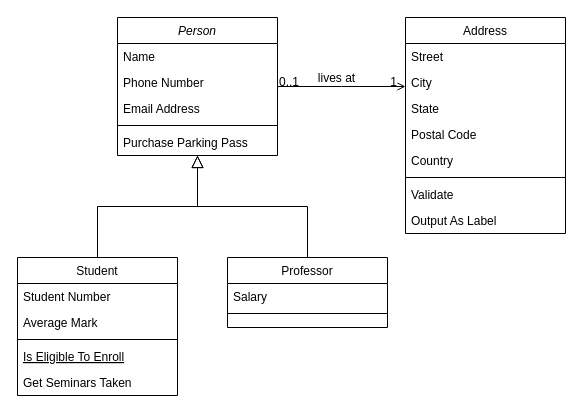
Earlier version of the draw.io diagram 未命名绘图.drawio (cugoracle/Bramble). Source tidied: cells renumbered, new cells numbered last; positions are measured from the earlier drawing's top-left corner, leaving out a move shared by most shapes. Both pictures are drawn from the tidied source at 100%, with x=0, y=0 at pixel (17, 17).
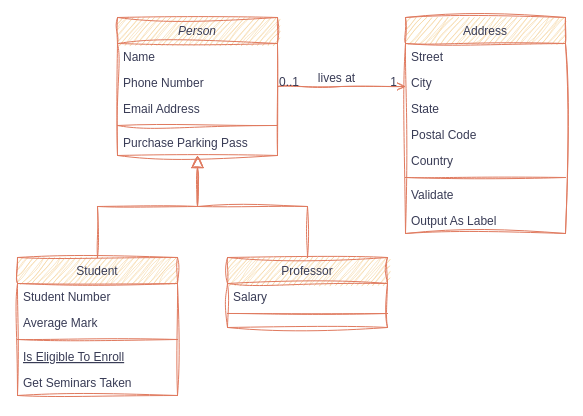
The same diagram, later.

Commit message:
更新未命名绘图.drawio

Diff of the diagram source:
```diff
@@
-    <mxCell id="2" value="Person" style="swimlane;fontStyle=2;align=center;verticalAlign=top;horizontal=1;startSize=26;rounded=0;shadow=0;strokeWidth=1;" parent="1" vertex="1">
+    <mxCell id="2" value="Person" style="swimlane;fontStyle=2;align=center;verticalAlign=top;horizontal=1;startSize=26;rounded=0;shadow=0;strokeWidth=1;sketch=1;curveFitting=1;jiggle=2;labelBackgroundColor=none;fillColor=#F2CC8F;strokeColor=#E07A5F;fontColor=#393C56;" parent="1" vertex="1">
       <mxGeometry x="100" width="160" height="138" as="geometry" />
     </mxCell>
-    <mxCell id="3" value="Name" style="text;align=left;verticalAlign=top;spacingLeft=4;spacingRight=4;overflow=hidden;" parent="2" vertex="1">
+    <mxCell id="3" value="Name" style="text;align=left;verticalAlign=top;spacingLeft=4;spacingRight=4;overflow=hidden;sketch=1;curveFitting=1;jiggle=2;labelBackgroundColor=none;fontColor=#393C56;" parent="2" vertex="1">
       <mxGeometry y="26" width="160" height="26" as="geometry" />
     </mxCell>
-    <mxCell id="4" value="Phone Number" style="text;align=left;verticalAlign=top;spacingLeft=4;spacingRight=4;overflow=hidden;rounded=0;shadow=0;html=0;" parent="2" vertex="1">
+    <mxCell id="4" value="Phone Number" style="text;align=left;verticalAlign=top;spacingLeft=4;spacingRight=4;overflow=hidden;rounded=0;shadow=0;html=0;sketch=1;curveFitting=1;jiggle=2;labelBackgroundColor=none;fontColor=#393C56;" parent="2" vertex="1">
       <mxGeometry y="52" width="160" height="26" as="geometry" />
     </mxCell>
-    <mxCell id="5" value="Email Address" style="text;align=left;verticalAlign=top;spacingLeft=4;spacingRight=4;overflow=hidden;rounded=0;shadow=0;html=0;" parent="2" vertex="1">
+    <mxCell id="5" value="Email Address" style="text;align=left;verticalAlign=top;spacingLeft=4;spacingRight=4;overflow=hidden;rounded=0;shadow=0;html=0;sketch=1;curveFitting=1;jiggle=2;labelBackgroundColor=none;fontColor=#393C56;" parent="2" vertex="1">
       <mxGeometry y="78" width="160" height="26" as="geometry" />
     </mxCell>
-    <mxCell id="6" style="line;html=1;strokeWidth=1;align=left;verticalAlign=middle;spacingTop=-1;spacingLeft=3;spacingRight=3;labelPosition=right;" parent="2" vertex="1">
+    <mxCell id="6" style="line;html=1;strokeWidth=1;align=left;verticalAlign=middle;spacingTop=-1;spacingLeft=3;spacingRight=3;labelPosition=right;sketch=1;curveFitting=1;jiggle=2;labelBackgroundColor=none;fillColor=#F2CC8F;strokeColor=#E07A5F;fontColor=#393C56;" parent="2" vertex="1">
       <mxGeometry y="104" width="160" height="8" as="geometry" />
     </mxCell>
-    <mxCell id="7" value="Purchase Parking Pass" style="text;align=left;verticalAlign=top;spacingLeft=4;spacingRight=4;overflow=hidden;" parent="2" vertex="1">
+    <mxCell id="7" value="Purchase Parking Pass" style="text;align=left;verticalAlign=top;spacingLeft=4;spacingRight=4;overflow=hidden;sketch=1;curveFitting=1;jiggle=2;labelBackgroundColor=none;fontColor=#393C56;" parent="2" vertex="1">
       <mxGeometry y="112" width="160" height="26" as="geometry" />
     </mxCell>
-    <mxCell id="8" value="Student" style="swimlane;fontStyle=0;align=center;verticalAlign=top;horizontal=1;startSize=26;rounded=0;shadow=0;strokeWidth=1;" parent="1" vertex="1">
+    <mxCell id="8" value="Student" style="swimlane;fontStyle=0;align=center;verticalAlign=top;horizontal=1;startSize=26;rounded=0;shadow=0;strokeWidth=1;sketch=1;curveFitting=1;jiggle=2;labelBackgroundColor=none;fillColor=#F2CC8F;strokeColor=#E07A5F;fontColor=#393C56;" parent="1" vertex="1">
       <mxGeometry y="240" width="160" height="138" as="geometry" />
     </mxCell>
-    <mxCell id="9" value="Student Number" style="text;align=left;verticalAlign=top;spacingLeft=4;spacingRight=4;overflow=hidden;" parent="8" vertex="1">
+    <mxCell id="9" value="Student Number" style="text;align=left;verticalAlign=top;spacingLeft=4;spacingRight=4;overflow=hidden;sketch=1;curveFitting=1;jiggle=2;labelBackgroundColor=none;fontColor=#393C56;" parent="8" vertex="1">
       <mxGeometry y="26" width="160" height="26" as="geometry" />
     </mxCell>
-    <mxCell id="10" value="Average Mark" style="text;align=left;verticalAlign=top;spacingLeft=4;spacingRight=4;overflow=hidden;rounded=0;shadow=0;html=0;" parent="8" vertex="1">
+    <mxCell id="10" value="Average Mark" style="text;align=left;verticalAlign=top;spacingLeft=4;spacingRight=4;overflow=hidden;rounded=0;shadow=0;html=0;sketch=1;curveFitting=1;jiggle=2;labelBackgroundColor=none;fontColor=#393C56;" parent="8" vertex="1">
       <mxGeometry y="52" width="160" height="26" as="geometry" />
     </mxCell>
-    <mxCell id="11" style="line;html=1;strokeWidth=1;align=left;verticalAlign=middle;spacingTop=-1;spacingLeft=3;spacingRight=3;labelPosition=right;" parent="8" vertex="1">
+    <mxCell id="11" style="line;html=1;strokeWidth=1;align=left;verticalAlign=middle;spacingTop=-1;spacingLeft=3;spacingRight=3;labelPosition=right;sketch=1;curveFitting=1;jiggle=2;labelBackgroundColor=none;fillColor=#F2CC8F;strokeColor=#E07A5F;fontColor=#393C56;" parent="8" vertex="1">
       <mxGeometry y="78" width="160" height="8" as="geometry" />
     </mxCell>
-    <mxCell id="12" value="Is Eligible To Enroll" style="text;align=left;verticalAlign=top;spacingLeft=4;spacingRight=4;overflow=hidden;fontStyle=4;" parent="8" vertex="1">
+    <mxCell id="12" value="Is Eligible To Enroll" style="text;align=left;verticalAlign=top;spacingLeft=4;spacingRight=4;overflow=hidden;fontStyle=4;sketch=1;curveFitting=1;jiggle=2;labelBackgroundColor=none;fontColor=#393C56;" parent="8" vertex="1">
       <mxGeometry y="86" width="160" height="26" as="geometry" />
     </mxCell>
-    <mxCell id="13" value="Get Seminars Taken" style="text;align=left;verticalAlign=top;spacingLeft=4;spacingRight=4;overflow=hidden;" parent="8" vertex="1">
+    <mxCell id="13" value="Get Seminars Taken" style="text;align=left;verticalAlign=top;spacingLeft=4;spacingRight=4;overflow=hidden;sketch=1;curveFitting=1;jiggle=2;labelBackgroundColor=none;fontColor=#393C56;" parent="8" vertex="1">
       <mxGeometry y="112" width="160" height="26" as="geometry" />
     </mxCell>
-    <mxCell id="14" style="endArrow=block;endSize=10;endFill=0;shadow=0;strokeWidth=1;rounded=0;edgeStyle=elbowEdgeStyle;elbow=vertical;" parent="1" edge="1" source="8" target="2">
+    <mxCell id="14" style="endArrow=block;endSize=10;endFill=0;shadow=0;strokeWidth=1;rounded=0;edgeStyle=elbowEdgeStyle;elbow=vertical;sketch=1;curveFitting=1;jiggle=2;labelBackgroundColor=none;fontColor=default;strokeColor=#E07A5F;" parent="1" edge="1" source="8" target="2">
       <mxGeometry relative="1" as="geometry" />
     </mxCell>
-    <mxCell id="15" value="Professor" style="swimlane;fontStyle=0;align=center;verticalAlign=top;horizontal=1;startSize=26;rounded=0;shadow=0;strokeWidth=1;" parent="1" vertex="1">
+    <mxCell id="15" value="Professor" style="swimlane;fontStyle=0;align=center;verticalAlign=top;horizontal=1;startSize=26;rounded=0;shadow=0;strokeWidth=1;sketch=1;curveFitting=1;jiggle=2;labelBackgroundColor=none;fillColor=#F2CC8F;strokeColor=#E07A5F;fontColor=#393C56;" parent="1" vertex="1">
       <mxGeometry x="210" y="240" width="160" height="70" as="geometry" />
     </mxCell>
-    <mxCell id="16" value="Salary" style="text;align=left;verticalAlign=top;spacingLeft=4;spacingRight=4;overflow=hidden;" parent="15" vertex="1">
+    <mxCell id="16" value="Salary" style="text;align=left;verticalAlign=top;spacingLeft=4;spacingRight=4;overflow=hidden;sketch=1;curveFitting=1;jiggle=2;labelBackgroundColor=none;fontColor=#393C56;" parent="15" vertex="1">
       <mxGeometry y="26" width="160" height="26" as="geometry" />
     </mxCell>
-    <mxCell id="17" style="line;html=1;strokeWidth=1;align=left;verticalAlign=middle;spacingTop=-1;spacingLeft=3;spacingRight=3;labelPosition=right;" parent="15" vertex="1">
+    <mxCell id="17" style="line;html=1;strokeWidth=1;align=left;verticalAlign=middle;spacingTop=-1;spacingLeft=3;spacingRight=3;labelPosition=right;sketch=1;curveFitting=1;jiggle=2;labelBackgroundColor=none;fillColor=#F2CC8F;strokeColor=#E07A5F;fontColor=#393C56;" parent="15" vertex="1">
       <mxGeometry y="52" width="160" height="8" as="geometry" />
     </mxCell>
-    <mxCell id="18" style="endArrow=block;endSize=10;endFill=0;shadow=0;strokeWidth=1;rounded=0;edgeStyle=elbowEdgeStyle;elbow=vertical;" parent="1" edge="1" source="15" target="2">
+    <mxCell id="18" style="endArrow=block;endSize=10;endFill=0;shadow=0;strokeWidth=1;rounded=0;edgeStyle=elbowEdgeStyle;elbow=vertical;sketch=1;curveFitting=1;jiggle=2;labelBackgroundColor=none;fontColor=default;strokeColor=#E07A5F;" parent="1" edge="1" source="15" target="2">
       <mxGeometry relative="1" as="geometry" />
     </mxCell>
-    <mxCell id="19" value="Address" style="swimlane;fontStyle=0;align=center;verticalAlign=top;horizontal=1;startSize=26;rounded=0;shadow=0;strokeWidth=1;" parent="1" vertex="1">
+    <mxCell id="19" value="Address" style="swimlane;fontStyle=0;align=center;verticalAlign=top;horizontal=1;startSize=26;rounded=0;shadow=0;strokeWidth=1;sketch=1;curveFitting=1;jiggle=2;labelBackgroundColor=none;fillColor=#F2CC8F;strokeColor=#E07A5F;fontColor=#393C56;" parent="1" vertex="1">
       <mxGeometry x="388" width="160" height="216" as="geometry" />
     </mxCell>
-    <mxCell id="20" value="Street" style="text;align=left;verticalAlign=top;spacingLeft=4;spacingRight=4;overflow=hidden;" parent="19" vertex="1">
+    <mxCell id="20" value="Street" style="text;align=left;verticalAlign=top;spacingLeft=4;spacingRight=4;overflow=hidden;sketch=1;curveFitting=1;jiggle=2;labelBackgroundColor=none;fontColor=#393C56;" parent="19" vertex="1">
       <mxGeometry y="26" width="160" height="26" as="geometry" />
     </mxCell>
-    <mxCell id="21" value="City" style="text;align=left;verticalAlign=top;spacingLeft=4;spacingRight=4;overflow=hidden;rounded=0;shadow=0;html=0;" parent="19" vertex="1">
+    <mxCell id="21" value="City" style="text;align=left;verticalAlign=top;spacingLeft=4;spacingRight=4;overflow=hidden;rounded=0;shadow=0;html=0;sketch=1;curveFitting=1;jiggle=2;labelBackgroundColor=none;fontColor=#393C56;" parent="19" vertex="1">
       <mxGeometry y="52" width="160" height="26" as="geometry" />
     </mxCell>
-    <mxCell id="22" value="State" style="text;align=left;verticalAlign=top;spacingLeft=4;spacingRight=4;overflow=hidden;rounded=0;shadow=0;html=0;" parent="19" vertex="1">
+    <mxCell id="22" value="State" style="text;align=left;verticalAlign=top;spacingLeft=4;spacingRight=4;overflow=hidden;rounded=0;shadow=0;html=0;sketch=1;curveFitting=1;jiggle=2;labelBackgroundColor=none;fontColor=#393C56;" parent="19" vertex="1">
       <mxGeometry y="78" width="160" height="26" as="geometry" />
     </mxCell>
-    <mxCell id="23" value="Postal Code" style="text;align=left;verticalAlign=top;spacingLeft=4;spacingRight=4;overflow=hidden;rounded=0;shadow=0;html=0;" parent="19" vertex="1">
+    <mxCell id="23" value="Postal Code" style="text;align=left;verticalAlign=top;spacingLeft=4;spacingRight=4;overflow=hidden;rounded=0;shadow=0;html=0;sketch=1;curveFitting=1;jiggle=2;labelBackgroundColor=none;fontColor=#393C56;" parent="19" vertex="1">
       <mxGeometry y="104" width="160" height="26" as="geometry" />
     </mxCell>
-    <mxCell id="24" value="Country" style="text;align=left;verticalAlign=top;spacingLeft=4;spacingRight=4;overflow=hidden;rounded=0;shadow=0;html=0;" parent="19" vertex="1">
+    <mxCell id="24" value="Country" style="text;align=left;verticalAlign=top;spacingLeft=4;spacingRight=4;overflow=hidden;rounded=0;shadow=0;html=0;sketch=1;curveFitting=1;jiggle=2;labelBackgroundColor=none;fontColor=#393C56;" parent="19" vertex="1">
       <mxGeometry y="130" width="160" height="26" as="geometry" />
     </mxCell>
-    <mxCell id="25" style="line;html=1;strokeWidth=1;align=left;verticalAlign=middle;spacingTop=-1;spacingLeft=3;spacingRight=3;labelPosition=right;" parent="19" vertex="1">
+    <mxCell id="25" style="line;html=1;strokeWidth=1;align=left;verticalAlign=middle;spacingTop=-1;spacingLeft=3;spacingRight=3;labelPosition=right;sketch=1;curveFitting=1;jiggle=2;labelBackgroundColor=none;fillColor=#F2CC8F;strokeColor=#E07A5F;fontColor=#393C56;" parent="19" vertex="1">
       <mxGeometry y="156" width="160" height="8" as="geometry" />
     </mxCell>
-    <mxCell id="26" value="Validate" style="text;align=left;verticalAlign=top;spacingLeft=4;spacingRight=4;overflow=hidden;" parent="19" vertex="1">
+    <mxCell id="26" value="Validate" style="text;align=left;verticalAlign=top;spacingLeft=4;spacingRight=4;overflow=hidden;sketch=1;curveFitting=1;jiggle=2;labelBackgroundColor=none;fontColor=#393C56;" parent="19" vertex="1">
       <mxGeometry y="164" width="160" height="26" as="geometry" />
     </mxCell>
-    <mxCell id="27" value="Output As Label" style="text;align=left;verticalAlign=top;spacingLeft=4;spacingRight=4;overflow=hidden;" parent="19" vertex="1">
+    <mxCell id="27" value="Output As Label" style="text;align=left;verticalAlign=top;spacingLeft=4;spacingRight=4;overflow=hidden;sketch=1;curveFitting=1;jiggle=2;labelBackgroundColor=none;fontColor=#393C56;" parent="19" vertex="1">
       <mxGeometry y="190" width="160" height="26" as="geometry" />
     </mxCell>
-    <mxCell id="28" style="endArrow=open;shadow=0;strokeWidth=1;rounded=0;endFill=1;edgeStyle=elbowEdgeStyle;elbow=vertical;" parent="1" edge="1" source="2" target="19">
+    <mxCell id="28" style="endArrow=open;shadow=0;strokeWidth=1;rounded=0;endFill=1;edgeStyle=elbowEdgeStyle;elbow=vertical;sketch=1;curveFitting=1;jiggle=2;labelBackgroundColor=none;fontColor=default;strokeColor=#E07A5F;" parent="1" edge="1" source="2" target="19">
       <mxGeometry x="0.5" y="41" relative="1" as="geometry">
         <mxPoint x="-40" y="32" as="offset" />
       </mxGeometry>
     </mxCell>
-    <mxCell id="29" value="0..1" style="align=left;verticalAlign=bottom;labelBackgroundColor=none;fontSize=12;" parent="28" vertex="1">
+    <mxCell id="29" value="0..1" style="align=left;verticalAlign=bottom;labelBackgroundColor=none;fontSize=12;sketch=1;curveFitting=1;jiggle=2;fillColor=#F2CC8F;strokeColor=#E07A5F;fontColor=#393C56;" parent="28" vertex="1">
       <mxGeometry x="-1" relative="1" as="geometry">
         <mxPoint y="4" as="offset" />
       </mxGeometry>
     </mxCell>
-    <mxCell id="30" value="1" style="align=right;verticalAlign=bottom;labelBackgroundColor=none;fontSize=12;" parent="28" vertex="1">
+    <mxCell id="30" value="1" style="align=right;verticalAlign=bottom;labelBackgroundColor=none;fontSize=12;sketch=1;curveFitting=1;jiggle=2;fillColor=#F2CC8F;strokeColor=#E07A5F;fontColor=#393C56;" parent="28" vertex="1">
       <mxGeometry x="1" relative="1" as="geometry">
         <mxPoint x="-7" y="4" as="offset" />
       </mxGeometry>
     </mxCell>
-    <mxCell id="31" value="lives at" style="text;html=1;align=center;verticalAlign=middle;labelBackgroundColor=none;rounded=0;shadow=0;strokeWidth=1;fontSize=12;" parent="28" vertex="1">
+    <mxCell id="31" value="lives at" style="text;html=1;align=center;verticalAlign=middle;labelBackgroundColor=none;rounded=0;shadow=0;strokeWidth=1;fontSize=12;sketch=1;curveFitting=1;jiggle=2;fontColor=#393C56;" parent="28" vertex="1">
       <mxGeometry x="0.5" y="49" relative="1" as="geometry">
         <mxPoint x="-38" y="40" as="offset" />
       </mxGeometry>
     </mxCell>
```
